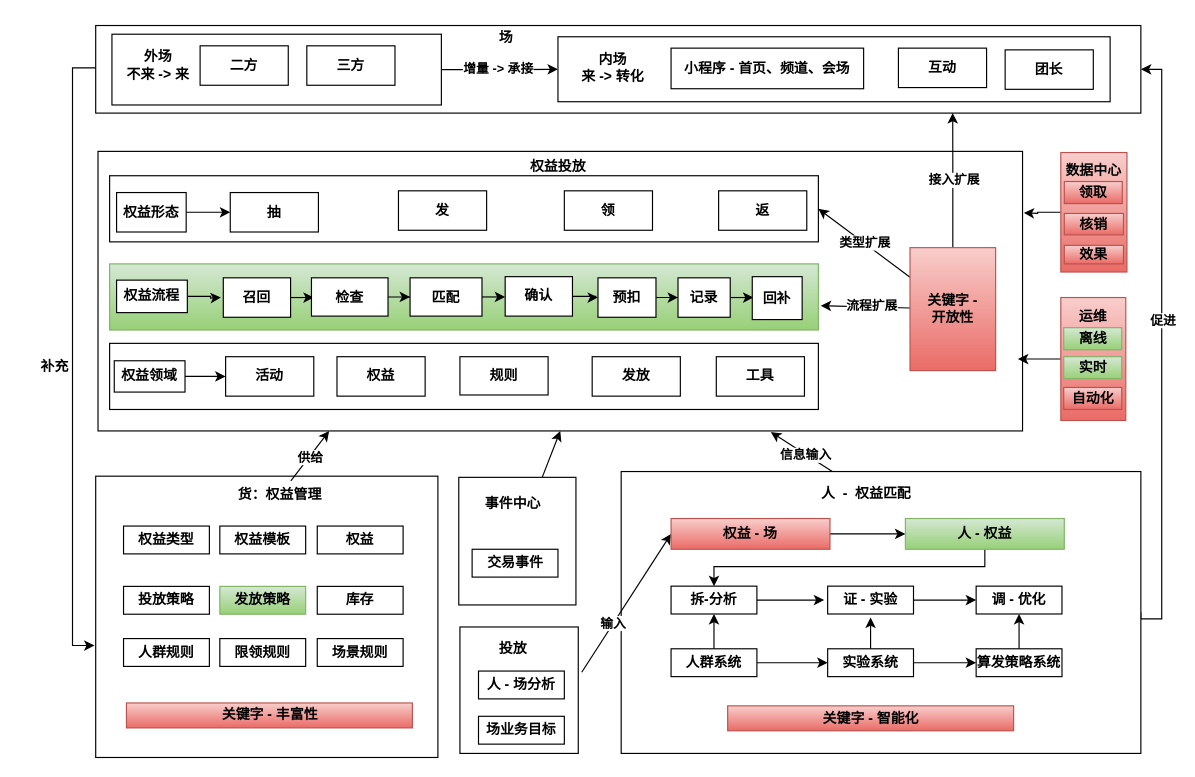
xzl1428288773/xiaoshuai keeps this draw.io diagram as page "第 1 页" (1 of 2) of study.drawio. Above is the earlier version. Source tidied: cells renumbered, new cells numbered last; positions are measured from the earlier drawing's top-left corner, leaving out a move shared by most shapes. Both pictures are drawn from the tidied source at 116%, with x=0, y=0 at pixel (20, 20).
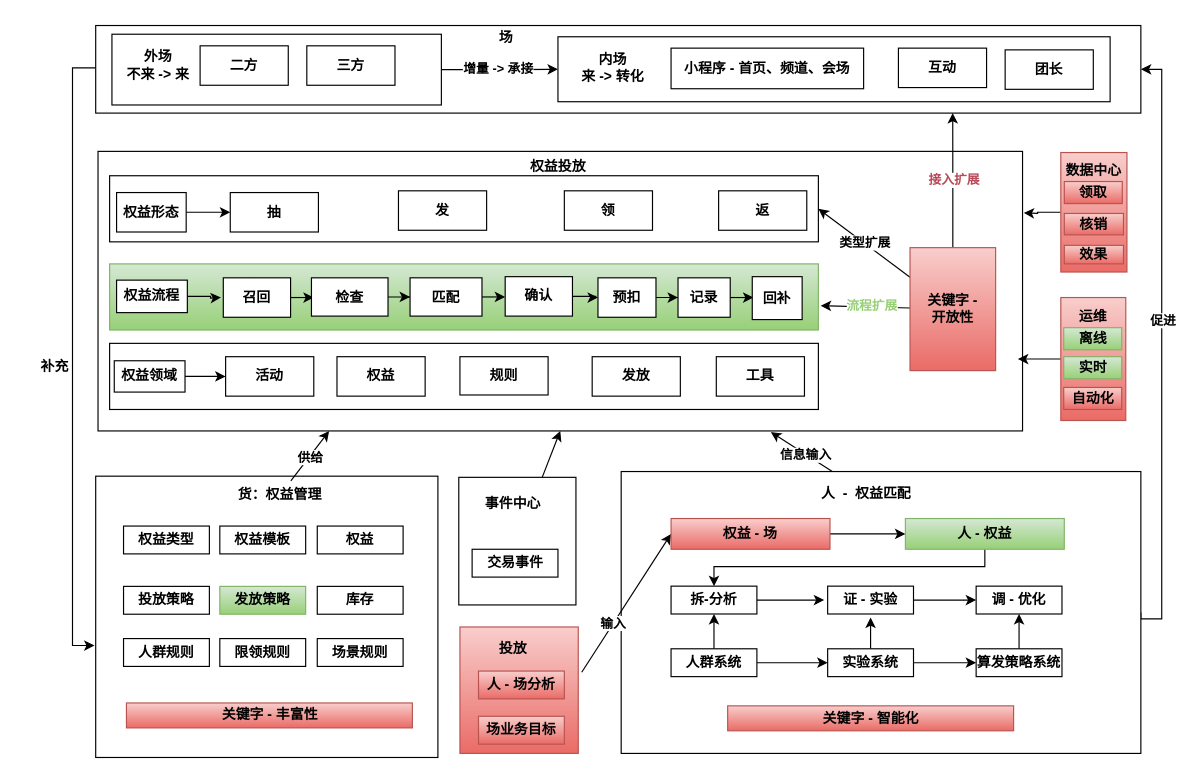
Above is the later version.

Unchanged cells that the change refers to:
```xml
<mxCell id="16" style="rounded=0;jettySize=auto;html=1;fontStyle=1;" parent="1" edge="1" source="21">
  <mxGeometry relative="1" as="geometry">
    <mxPoint x="690" y="246" as="targetPoint" />
  </mxGeometry>
</mxCell>
<mxCell id="19" style="edgeStyle=orthogonalEdgeStyle;rounded=0;jettySize=auto;html=1;entryX=0.82;entryY=1;entryDx=0;entryDy=0;entryPerimeter=0;fontStyle=1;" parent="1" edge="1" source="21" target="4">
  <mxGeometry relative="1" as="geometry" />
</mxCell>
```

What changed in the source:
```diff
@@
-    <mxCell id="17" value="流程扩展" style="edgeLabel;html=1;align=center;verticalAlign=middle;fontStyle=1;" parent="16" vertex="1">
+    <mxCell id="17" value="&lt;font color=&quot;#97d077&quot;&gt;流程扩展&lt;/font&gt;" style="edgeLabel;html=1;align=center;verticalAlign=middle;fontStyle=1;fontColor=#f03333;" parent="16" vertex="1">
       <mxGeometry x="-0.12" y="-2" relative="1" as="geometry" />
     </mxCell>
@@
-    <mxCell id="20" value="接入扩展" style="edgeLabel;html=1;align=center;verticalAlign=middle;fontStyle=1;" parent="19" vertex="1">
+    <mxCell id="20" value="&lt;font color=&quot;#b84a58&quot;&gt;接入扩展&lt;/font&gt;" style="edgeLabel;html=1;align=center;verticalAlign=middle;fontStyle=1;" parent="19" vertex="1">
       <mxGeometry y="-1" relative="1" as="geometry">
         <mxPoint y="-1" as="offset" />
       </mxGeometry>
     </mxCell>
@@
-    <mxCell id="92" style="rounded=0;whiteSpace=wrap;html=1;fontStyle=1;" parent="1" vertex="1">
+    <mxCell id="92" style="rounded=0;whiteSpace=wrap;html=1;fontStyle=1;fillColor=#f8cecc;gradientColor=#ea6b66;strokeColor=#b85450;" parent="1" vertex="1">
       <mxGeometry x="379" y="523" width="102" height="109" as="geometry" />
     </mxCell>
@@
-    <mxCell id="113" value="人 - 场分析" style="rounded=0;whiteSpace=wrap;html=1;fontStyle=1;" parent="1" vertex="1">
+    <mxCell id="113" value="人 - 场分析" style="rounded=0;whiteSpace=wrap;html=1;fontStyle=1;fillColor=#f8cecc;gradientColor=#ea6b66;strokeColor=#b85450;" parent="1" vertex="1">
       <mxGeometry x="395" y="561" width="74" height="24" as="geometry" />
     </mxCell>
-    <mxCell id="114" value="场业务目标" style="rounded=0;whiteSpace=wrap;html=1;fontStyle=1;" parent="1" vertex="1">
+    <mxCell id="114" value="场业务目标" style="rounded=0;whiteSpace=wrap;html=1;fontStyle=1;fillColor=#f8cecc;gradientColor=#ea6b66;strokeColor=#b85450;" parent="1" vertex="1">
       <mxGeometry x="395" y="600" width="74" height="24" as="geometry" />
     </mxCell>
```
